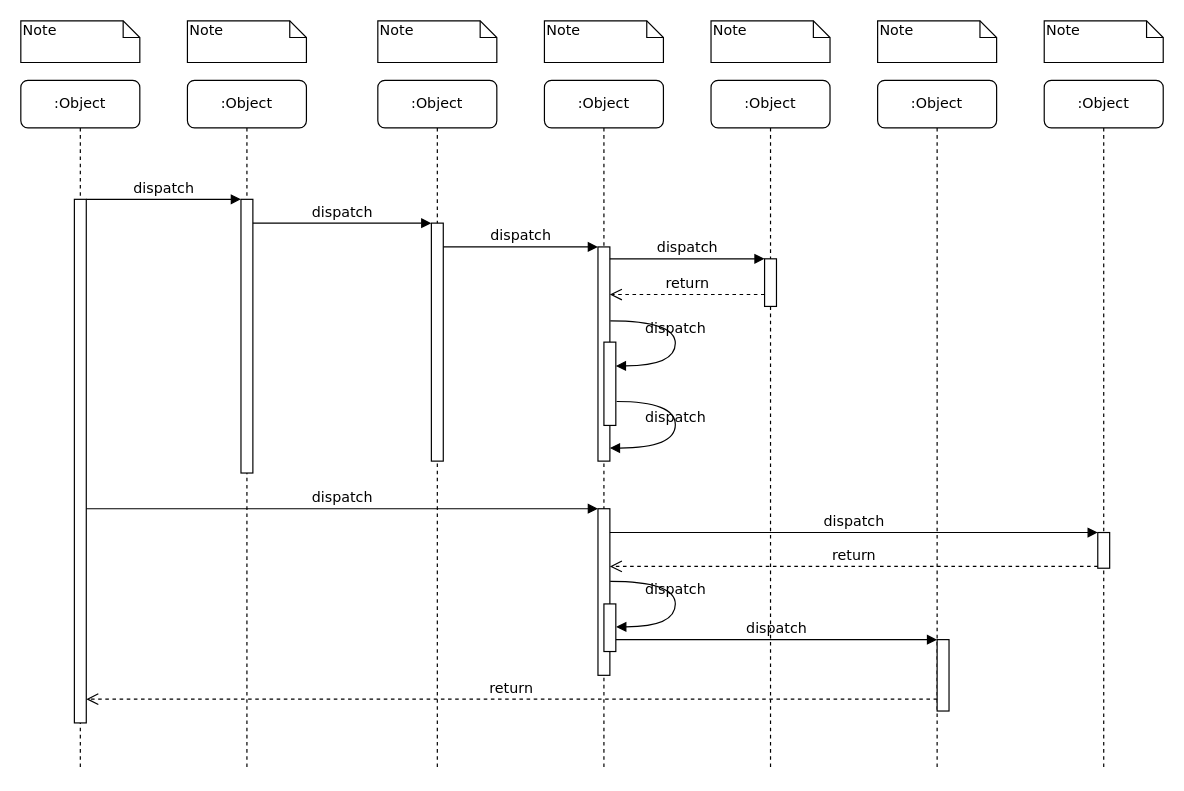
hyk95/git keeps this draw.io diagram as 同源数据集时序图.drawio. Above is the earlier version. Source tidied: cells renumbered, new cells numbered last; positions are measured from the earlier drawing's top-left corner, leaving out a move shared by most shapes. Both pictures are drawn from the tidied source at 119%, with x=0, y=0 at pixel (20, 20).
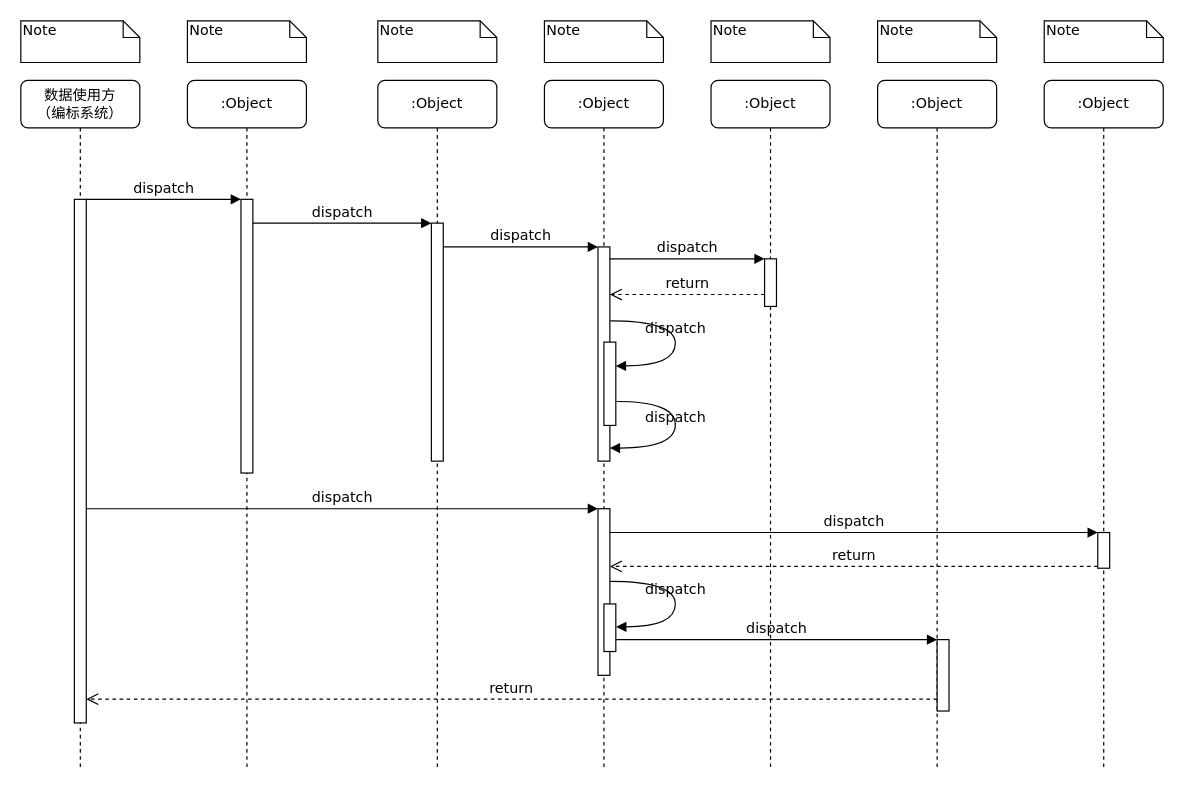
After the change.

Commit message:
更新同源数据集时序图.drawio

The edit, as a diff of the source:
```diff
@@
-    <mxCell id="10" value=":Object" style="shape=umlLifeline;perimeter=lifelinePerimeter;whiteSpace=wrap;html=1;rounded=1;shadow=0;comic=0;labelBackgroundColor=none;strokeWidth=1;fontFamily=Verdana;fontSize=12;align=center;" parent="1" vertex="1">
+    <mxCell id="10" value="数据使用方&lt;div&gt;（编标系统）&lt;/div&gt;" style="shape=umlLifeline;perimeter=lifelinePerimeter;whiteSpace=wrap;html=1;rounded=1;shadow=0;comic=0;labelBackgroundColor=none;strokeWidth=1;fontFamily=Verdana;fontSize=12;align=center;" parent="1" vertex="1">
       <mxGeometry y="50" width="100" height="580" as="geometry" />
     </mxCell>
```
